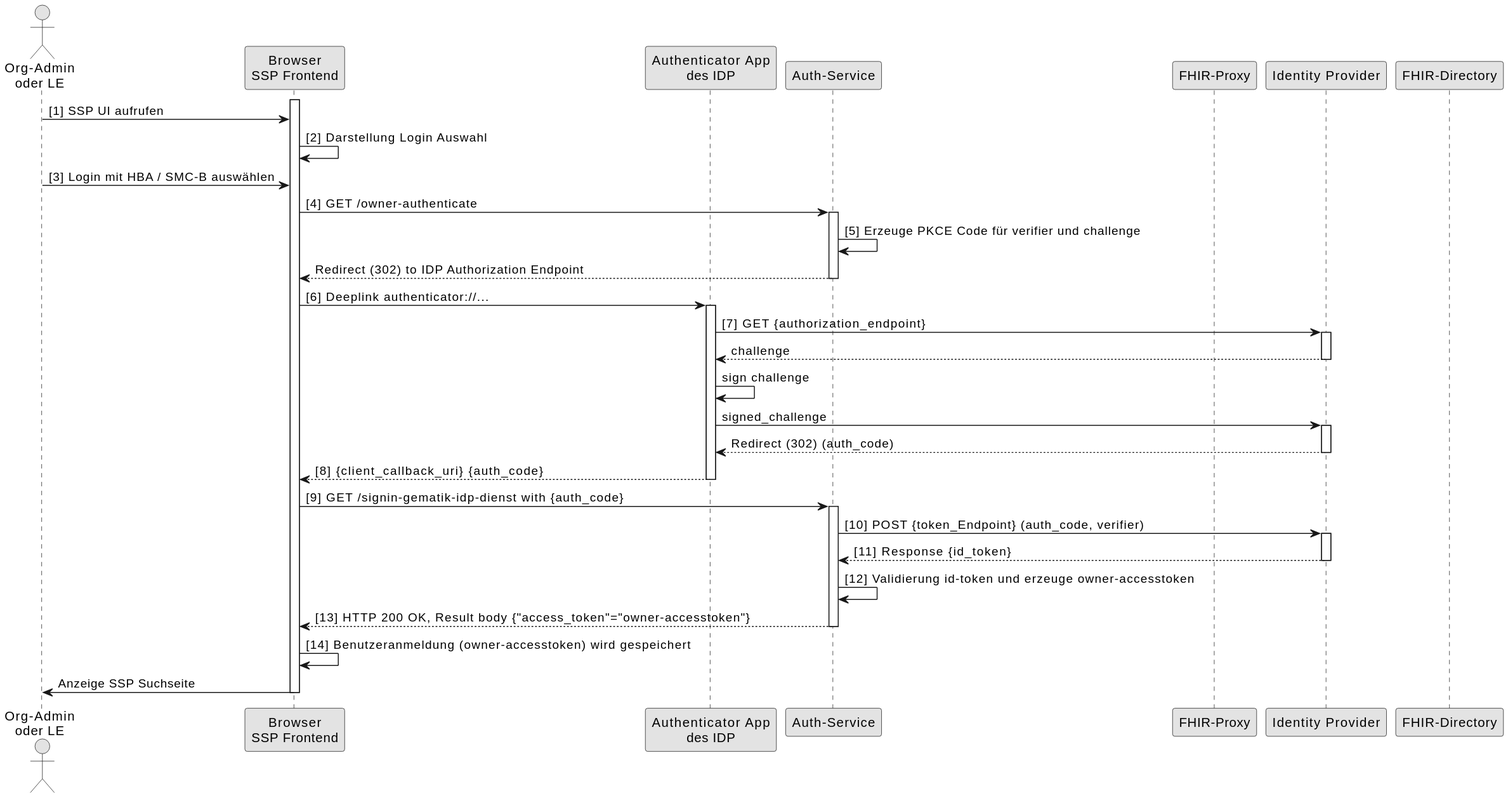
gematik/api-vzd keeps this PlantUML diagram as images/diagrams/SequenceDiagram.FHIR-Directory.SSP.Auth.Card.svg. Above is the earlier version. Source of this version:
```plantuml
@startuml
skinparam dpi 100
skinparam WrapWidth 200
skinparam monochrome true

actor o as "Org-Admin\noder LE"
participant cl as "Browser\nSSP Frontend"
participant aa as "Authenticator App\ndes IDP"
participant au as "Auth-Service"
participant fp as "FHIR-Proxy"
participant idp as "Identity Provider"
participant fd as "FHIR-Directory"

activate cl
o -> cl: [1] SSP UI aufrufen
cl -> cl: [2] Darstellung Login Auswahl
o -> cl: [3] Login mit HBA / SMC-B auswählen


cl -> au: [4] GET /owner-authenticate
activate au
au -> au: [5] Erzeuge PKCE Code für verifier und challenge
au --> cl: Redirect (302) to IDP Authorization Endpoint
deactivate au
cl -> aa: [6] Deeplink authenticator://...
activate aa

aa -> idp: [7] GET {authorization_endpoint}
activate idp
idp --> aa: challenge
deactivate idp
aa -> aa: sign challenge
aa-> idp: signed_challenge
activate idp
idp --> aa: Redirect (302) (auth_code)
deactivate idp
aa --> cl: [8] {client_callback_uri} {auth_code}
deactivate aa

cl -> au: [9] GET /signin-gematik-idp-dienst with {auth_code}
activate au
au -> idp: [10] POST {token_Endpoint} (auth_code, verifier)
activate idp
idp --> au: [11] Response {id_token}
deactivate idp

au -> au: [12] Validierung id-token und erzeuge owner-accesstoken
au --> cl: [13] HTTP 200 OK, Result body {"access_token"="owner-accesstoken"}
deactivate au

cl -> cl: [14] Benutzeranmeldung (owner-accesstoken) wird gespeichert
cl -> o: Anzeige SSP Suchseite

deactivate cl
@enduml
```
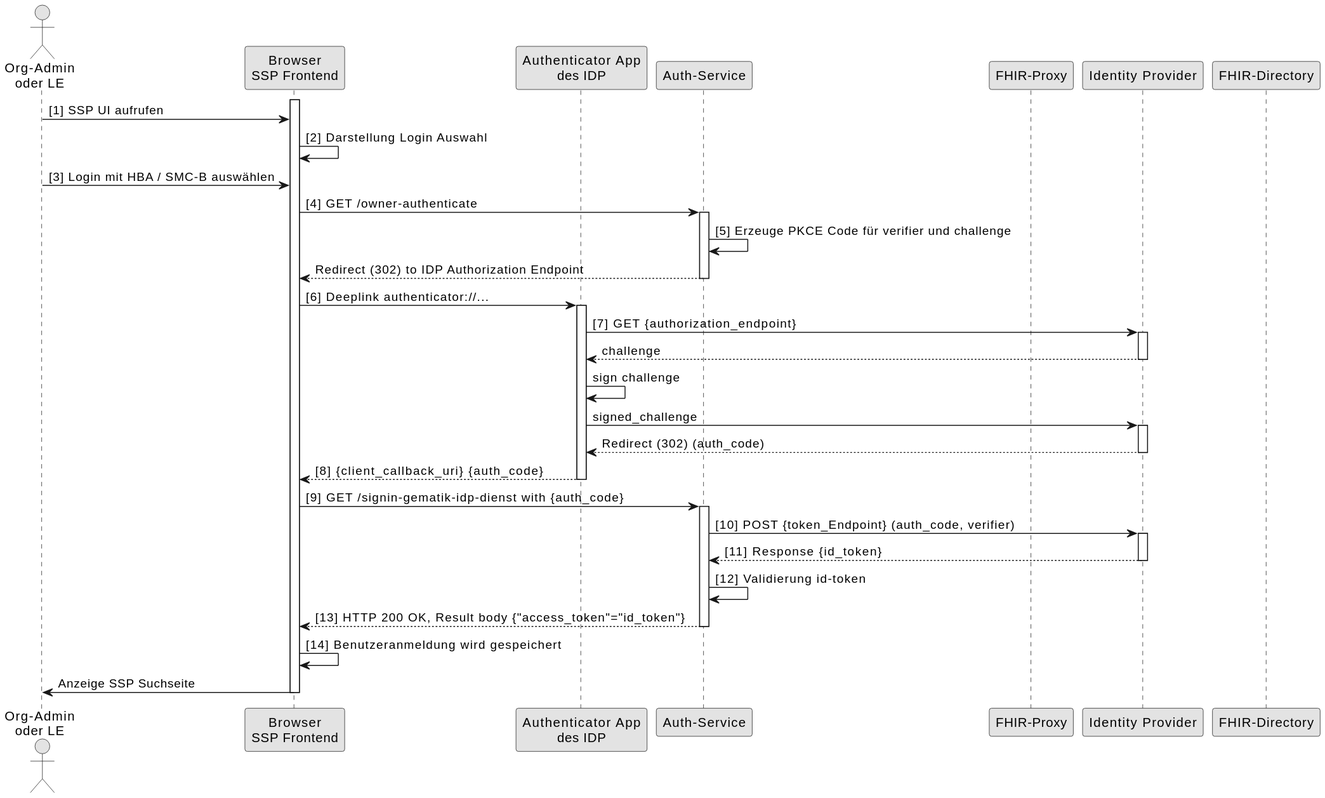
After the commit.

Commit message:
Commit from GitHub Actions (GeneratePlantumlImages)

Diff of the diagram source:
```diff
@@ -44,11 +44,11 @@
 idp --> au: [11] Response {id_token}
 deactivate idp
 
-au -> au: [12] Validierung id-token und erzeuge owner-accesstoken
-au --> cl: [13] HTTP 200 OK, Result body {"access_token"="owner-accesstoken"}
+au -> au: [12] Validierung id-token
+au --> cl: [13] HTTP 200 OK, Result body {"access_token"="id_token"}
 deactivate au
 
-cl -> cl: [14] Benutzeranmeldung (owner-accesstoken) wird gespeichert
+cl -> cl: [14] Benutzeranmeldung wird gespeichert
 cl -> o: Anzeige SSP Suchseite
 
 deactivate cl
```
